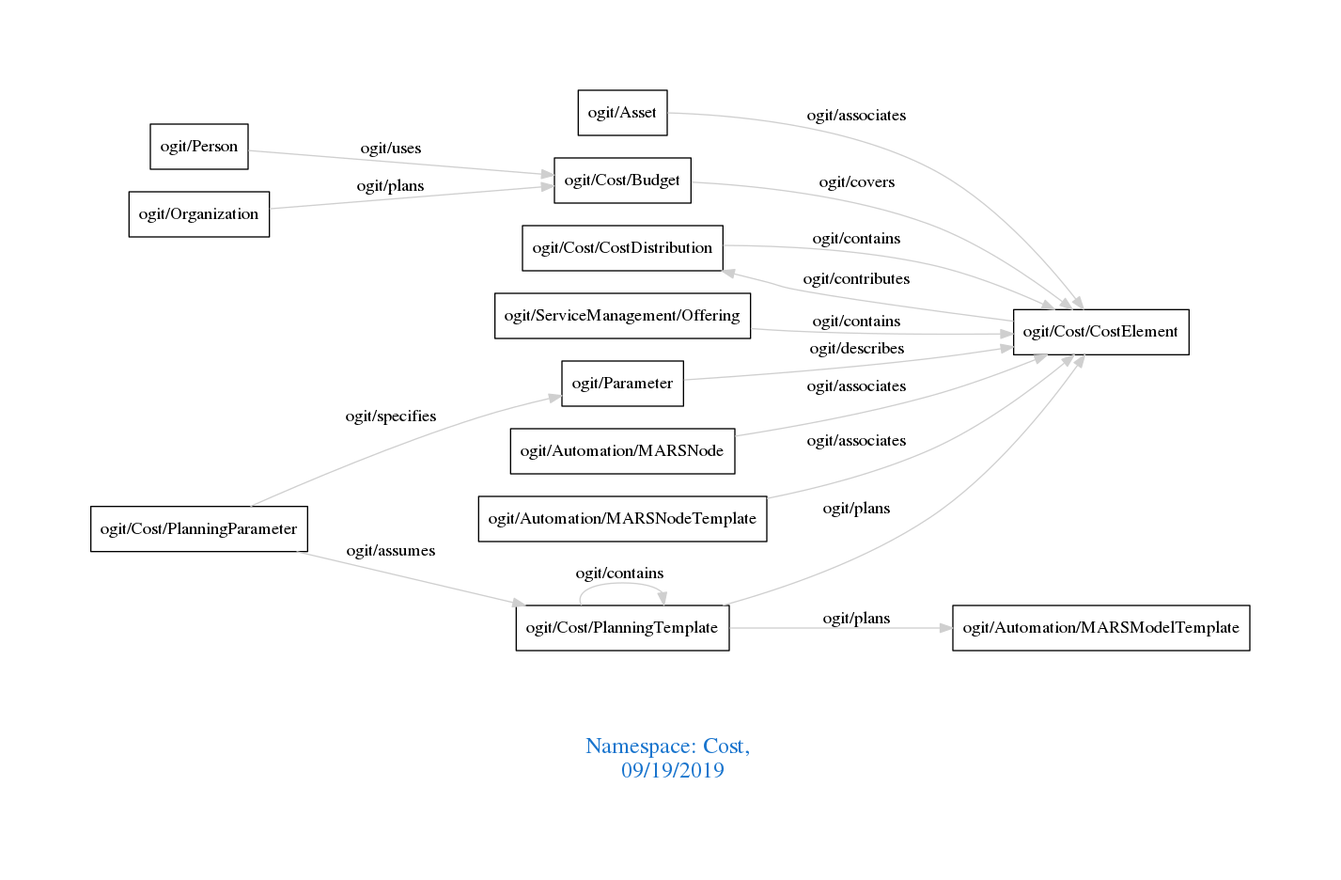
arago/OGIT keeps this Graphviz diagram as downloads/Cost.png. Above is the earlier version. Its source is kept beside it as downloads/Cost.dot.
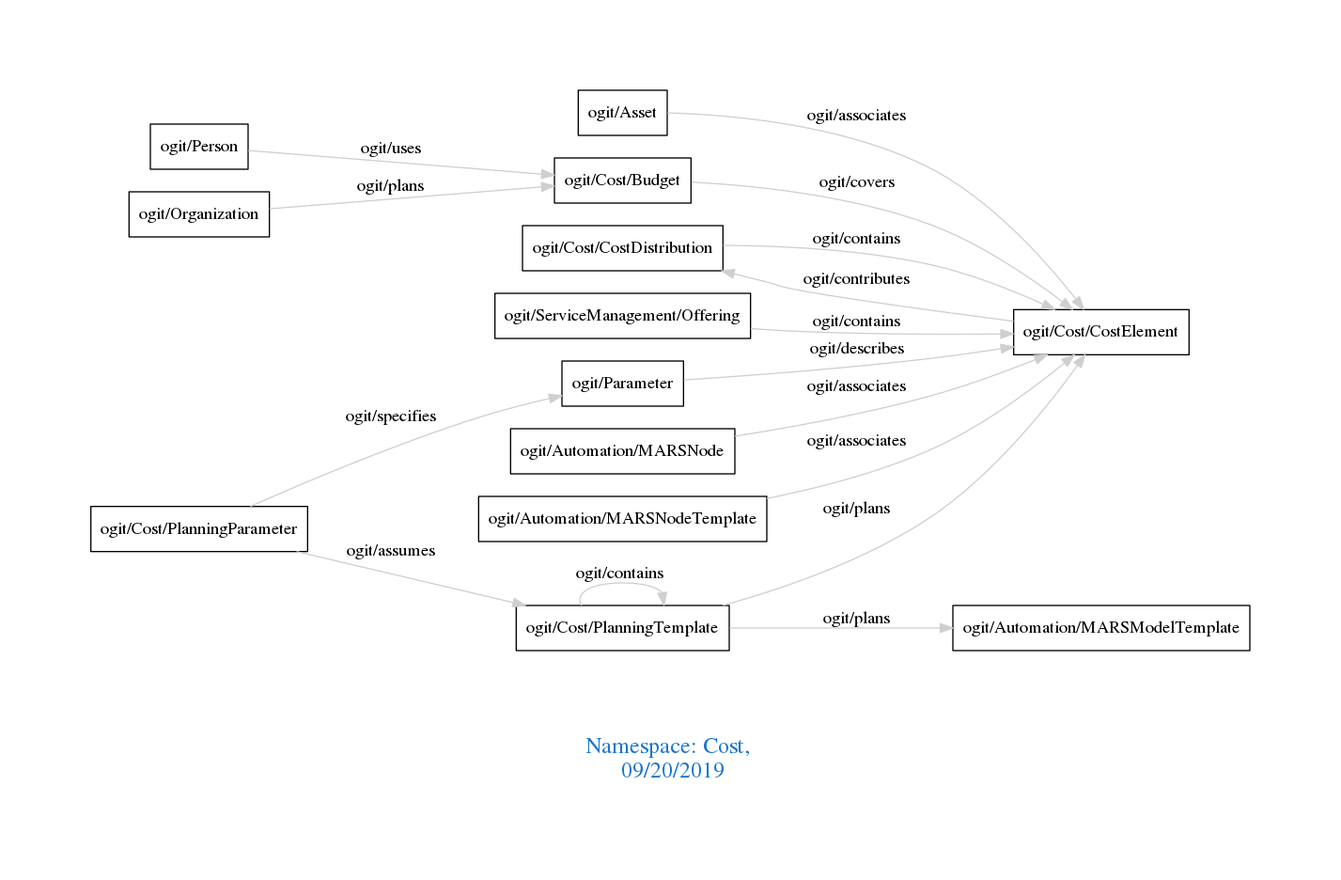
The same diagram one commit later.

Diff of the diagram source:
```diff
@@ -1,7 +1,7 @@
 digraph OGIT_ontology {
  graph [ rankdir= LR,pad=1
 fontsize = 18,
-fontcolor= dodgerblue3,label = "\n\n\nNamespace: Cost, \n 09/19/2019"];
+fontcolor= dodgerblue3,label = "\n\n\nNamespace: Cost, \n 09/20/2019"];
 node[shape=polygon];
 edge [  color="gray81"];
 
```
